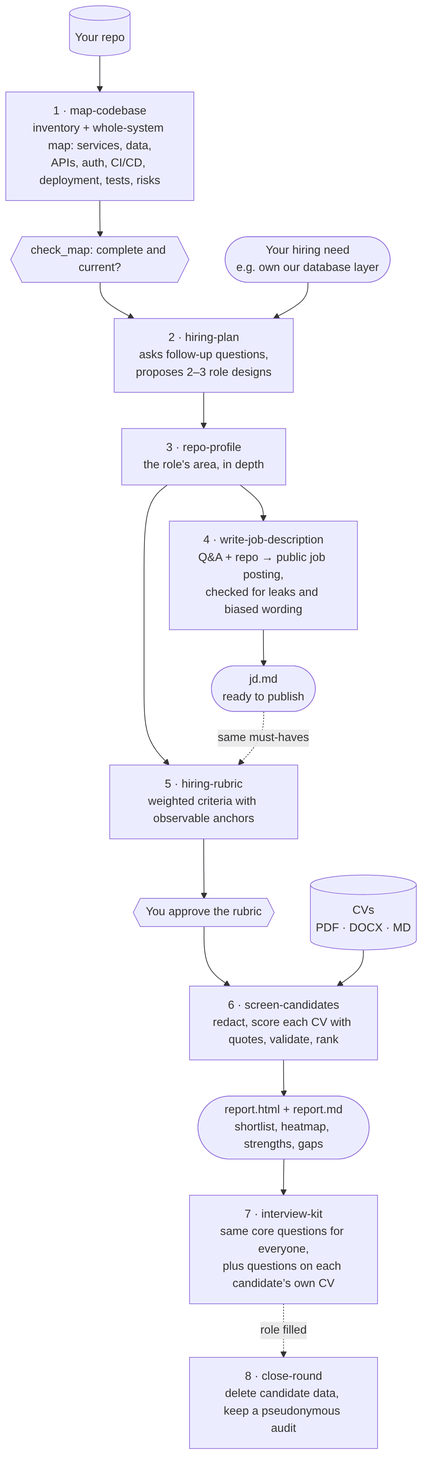
Before: docs/assets/how-it-works.png, a diagram exported from Mermaid (shikhar58/repo-aware-hiring). Its source is kept beside it as docs/assets/how-it-works.mmd.
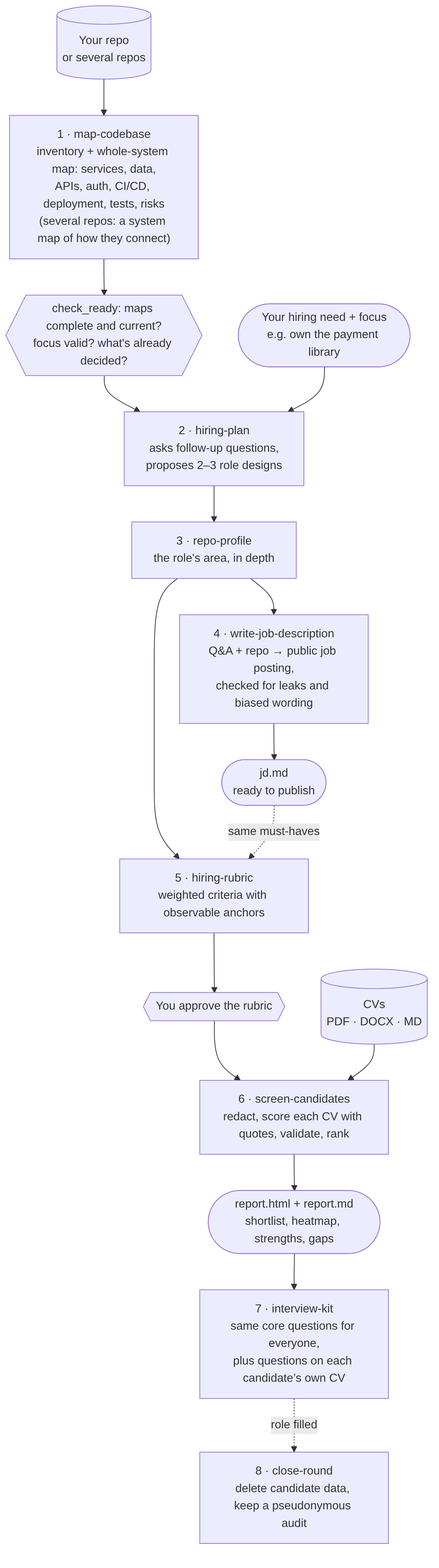
The same diagram one commit later.

Diff of the diagram source:
```diff
@@ -1,8 +1,8 @@
 flowchart TB
-    repo[("Your repo")] --> map["1 · map-codebase<br/>inventory + whole-system map: services, data,<br/>APIs, auth, CI/CD, deployment, tests, risks"]
-    map --> gate{{"check_map: complete and current?"}}
+    repo[("Your repo<br/>or several repos")] --> map["1 · map-codebase<br/>inventory + whole-system map: services, data,<br/>APIs, auth, CI/CD, deployment, tests, risks<br/>(several repos: a system map of how they connect)"]
+    map --> gate{{"check_ready: maps complete and current?<br/>focus valid? what's already decided?"}}
     gate --> plan["2 · hiring-plan<br/>asks follow-up questions,<br/>proposes 2–3 role designs"]
-    need(["Your hiring need<br/>e.g. own our database layer"]) --> plan
+    need(["Your hiring need + focus<br/>e.g. own the payment library"]) --> plan
     plan --> profile["3 · repo-profile<br/>the role's area, in depth"]
     profile --> jdw["4 · write-job-description<br/>Q&A + repo → public job posting,<br/>checked for leaks and biased wording"]
     jdw --> post(["jd.md<br/>ready to publish"])
```
